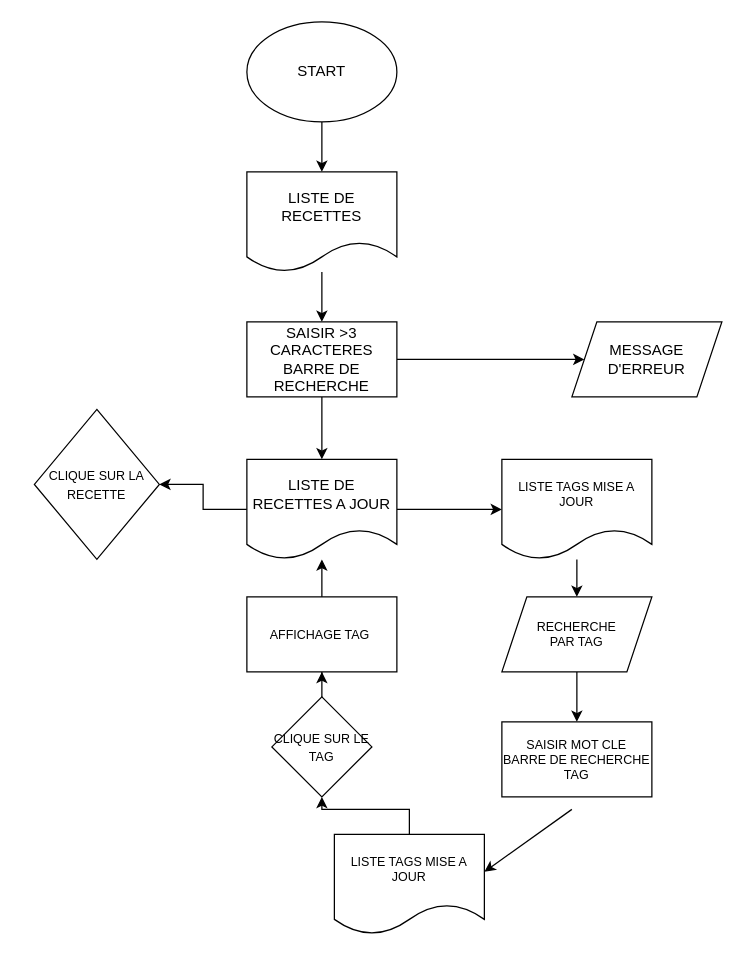
The draw.io diagram Untitled Diagram.drawio in ludogwada/P7_07012022, before the edit. Source tidied: cells renumbered, new cells numbered last; positions are measured from the earlier drawing's top-left corner, leaving out a move shared by most shapes. Both pictures are drawn from the tidied source at 125%, with x=0, y=0 at pixel (34, 21).
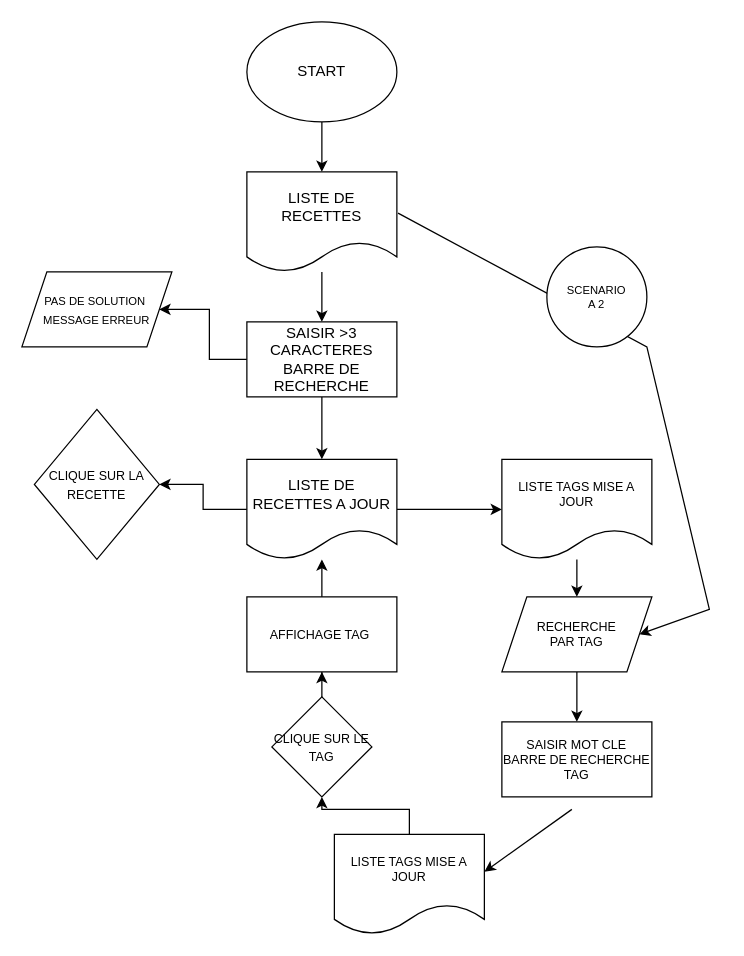
The same page after the edit.

Commit message:
scenario complété

Unchanged cells that the change refers to:
```xml
<mxCell id="5" value="LISTE DE RECETTES" style="shape=document;whiteSpace=wrap;html=1;boundedLbl=1;" parent="1" vertex="1">
  <mxGeometry x="170" y="120" width="120" height="80" as="geometry" />
</mxCell>
<mxCell id="15" value="RECHERCHE &lt;br&gt;PAR TAG" style="shape=parallelogram;perimeter=parallelogramPerimeter;whiteSpace=wrap;html=1;fixedSize=1;fontSize=10;" parent="1" vertex="1">
  <mxGeometry x="374" y="460" width="120" height="60" as="geometry" />
</mxCell>
```

Diff of the diagram source:
```diff
@@
-    <mxCell id="9" value="MESSAGE D'ERREUR" style="shape=parallelogram;perimeter=parallelogramPerimeter;whiteSpace=wrap;html=1;fixedSize=1;" parent="1" vertex="1">
-      <mxGeometry x="430" y="240" width="120" height="60" as="geometry" />
+    <mxCell id="9" value="&lt;font style=&quot;font-size: 9px&quot;&gt;PAS DE SOLUTION&amp;nbsp;&lt;br&gt;MESSAGE ERREUR&lt;/font&gt;" style="shape=parallelogram;perimeter=parallelogramPerimeter;whiteSpace=wrap;html=1;fixedSize=1;" parent="1" vertex="1">
+      <mxGeometry x="-10" y="200" width="120" height="60" as="geometry" />
     </mxCell>
@@
+    <mxCell id="26" style="endArrow=classic;html=1;rounded=0;fontSize=9;entryX=1;entryY=0.5;entryDx=0;entryDy=0;exitX=1.008;exitY=0.413;exitDx=0;exitDy=0;exitPerimeter=0;" parent="1" edge="1" source="5" target="15">
+      <mxGeometry relative="1" as="geometry">
+        <Array as="points">
+          <mxPoint x="490" y="260" />
+          <mxPoint x="540" y="470" />
+        </Array>
+      </mxGeometry>
+    </mxCell>
+    <mxCell id="27" value="SCENARIO &lt;br&gt;A 2" style="ellipse;whiteSpace=wrap;html=1;fontSize=9;" parent="1" vertex="1">
+      <mxGeometry x="410" y="180" width="80" height="80" as="geometry" />
+    </mxCell>
```
